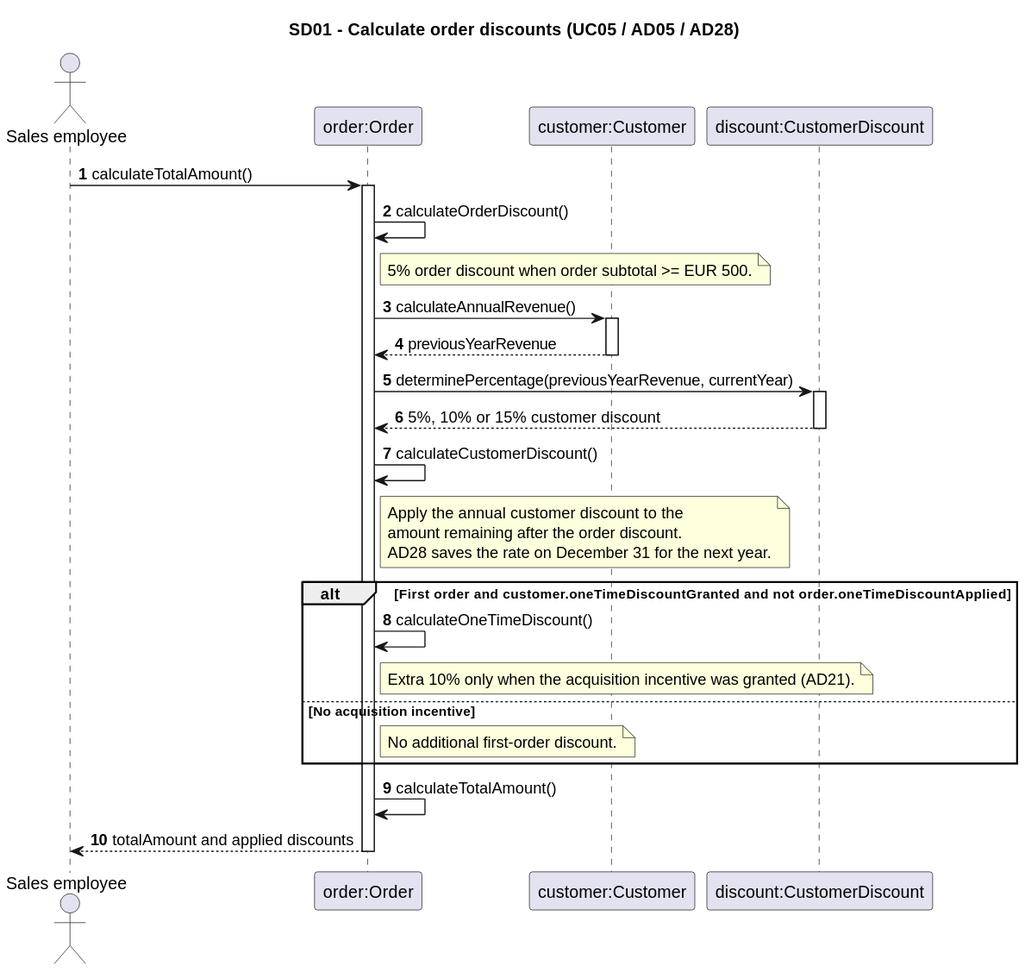
ViktorQorri/Project-Timaflu keeps this PlantUML diagram as Documentation/Architecture/uml/export/sequence_diagrams/SD01_Klantenkorting.svg. Above is the earlier version.
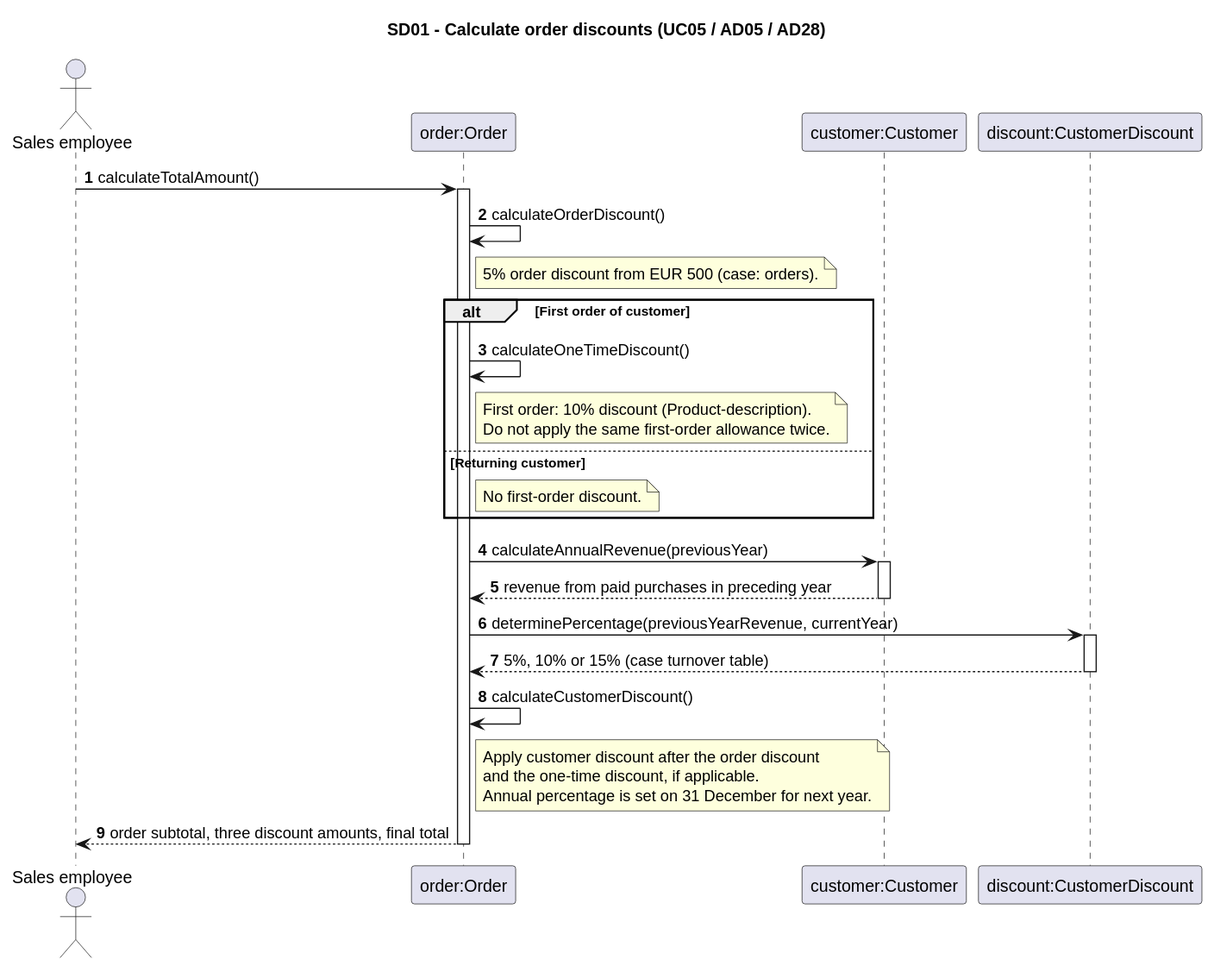
The same diagram one commit later.

Commit message:
Align sequence discount, supplier and invoice paths with assessed case

Change to the diagram source:
```diff
@@ -1,35 +1,41 @@
 @startuml
 title SD01 - Calculate order discounts (UC05 / AD05 / AD28)
 autonumber
+
 actor "Sales employee" as Sales
 participant "order:Order" as O
 participant "customer:Customer" as C
 participant "discount:CustomerDiscount" as D
+
 Sales -> O: calculateTotalAmount()
 activate O
 O -> O: calculateOrderDiscount()
-note right of O: 5% order discount when order subtotal >= EUR 500.
-O -> C: calculateAnnualRevenue()
+note right of O: 5% order discount from EUR 500 (case: orders).
+
+alt First order of customer
+  O -> O: calculateOneTimeDiscount()
+  note right of O
+    First order: 10% discount (Product-description).
+    Do not apply the same first-order allowance twice.
+  end note
+else Returning customer
+  note right of O: No first-order discount.
+end
+
+O -> C: calculateAnnualRevenue(previousYear)
 activate C
-C --> O: previousYearRevenue
+C --> O: revenue from paid purchases in preceding year
 deactivate C
 O -> D: determinePercentage(previousYearRevenue, currentYear)
 activate D
-D --> O: 5%, 10% or 15% customer discount
+D --> O: 5%, 10% or 15% (case turnover table)
 deactivate D
 O -> O: calculateCustomerDiscount()
 note right of O
-  Apply the annual customer discount to the
-  amount remaining after the order discount.
-  AD28 saves the rate on December 31 for the next year.
+  Apply customer discount after the order discount
+  and the one-time discount, if applicable.
+  Annual percentage is set on 31 December for next year.
 end note
-alt First order and customer.oneTimeDiscountGranted and not order.oneTimeDiscountApplied
-  O -> O: calculateOneTimeDiscount()
-  note right of O: Extra 10% only when the acquisition incentive was granted (AD21).
-else No acquisition incentive
-  note right of O: No additional first-order discount.
-end
-O -> O: calculateTotalAmount()
-O --> Sales: totalAmount and applied discounts
+O --> Sales: order subtotal, three discount amounts, final total
 deactivate O
 @enduml
```
